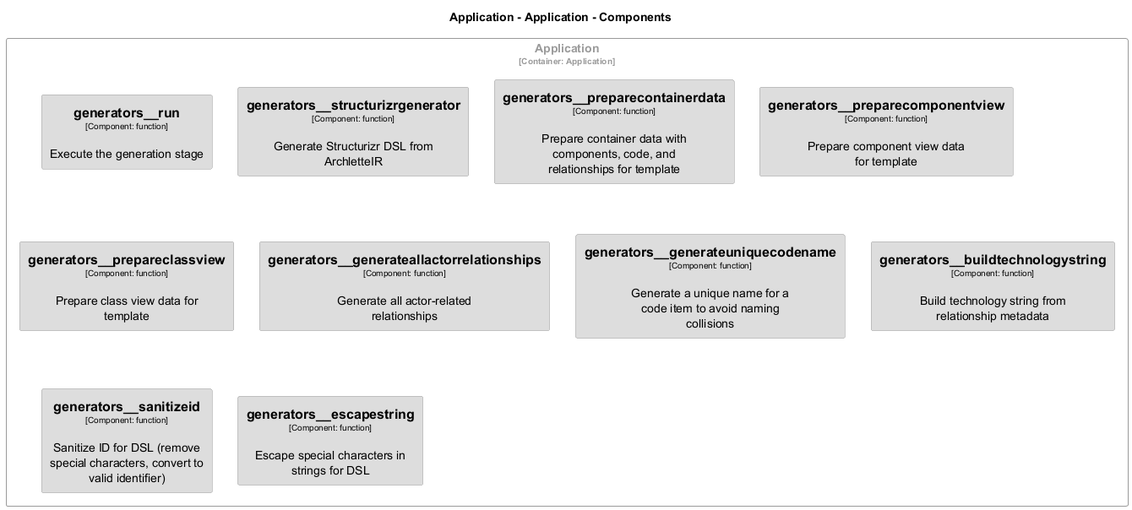
chrislyons-dev/archlette keeps this PlantUML diagram as docs/architecture/diagrams/structurizr-Classes_default_container__generators.png. Above is the earlier version.
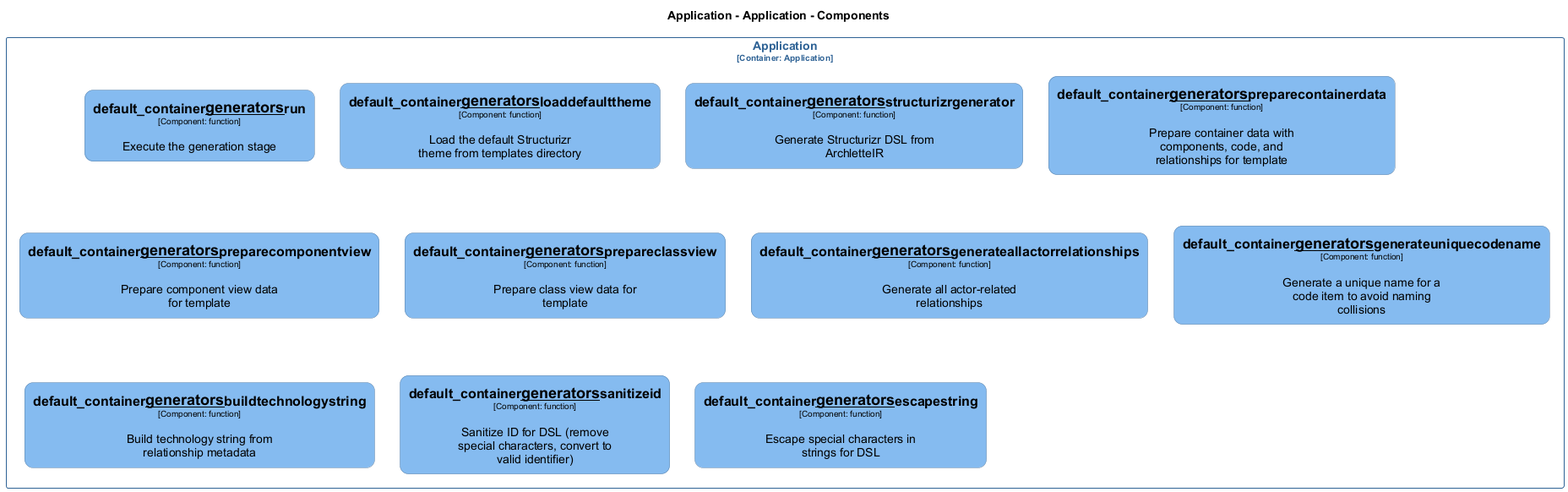
After the commit.

What changed in the source:
```diff
@@ -11,87 +11,106 @@
   defaultTextAlignment center
   wrapWidth 200
   maxMessageSize 100
+  defaultFontName "Arial"
 }
 
 hide stereotype
 
-skinparam rectangle<<Application.Application.generators__buildtechnologystring>> {
-  BackgroundColor #dddddd
+skinparam rectangle<<Application.Application.default_container__generators__buildtechnologystring>> {
+  BackgroundColor #85bbf0
   FontColor #000000
-  BorderColor #9a9a9a
+  BorderColor #5d82a8
+  roundCorner 20
   shadowing false
 }
-skinparam rectangle<<Application.Application.generators__escapestring>> {
-  BackgroundColor #dddddd
+skinparam rectangle<<Application.Application.default_container__generators__escapestring>> {
+  BackgroundColor #85bbf0
   FontColor #000000
-  BorderColor #9a9a9a
+  BorderColor #5d82a8
+  roundCorner 20
   shadowing false
 }
-skinparam rectangle<<Application.Application.generators__generateallactorrelationships>> {
-  BackgroundColor #dddddd
+skinparam rectangle<<Application.Application.default_container__generators__generateallactorrelationships>> {
+  BackgroundColor #85bbf0
   FontColor #000000
-  BorderColor #9a9a9a
+  BorderColor #5d82a8
+  roundCorner 20
   shadowing false
 }
-skinparam rectangle<<Application.Application.generators__generateuniquecodename>> {
-  BackgroundColor #dddddd
+skinparam rectangle<<Application.Application.default_container__generators__generateuniquecodename>> {
+  BackgroundColor #85bbf0
   FontColor #000000
-  BorderColor #9a9a9a
+  BorderColor #5d82a8
+  roundCorner 20
   shadowing false
 }
-skinparam rectangle<<Application.Application.generators__prepareclassview>> {
-  BackgroundColor #dddddd
+skinparam rectangle<<Application.Application.default_container__generators__loaddefaulttheme>> {
+  BackgroundColor #85bbf0
   FontColor #000000
-  BorderColor #9a9a9a
+  BorderColor #5d82a8
+  roundCorner 20
   shadowing false
 }
-skinparam rectangle<<Application.Application.generators__preparecomponentview>> {
-  BackgroundColor #dddddd
+skinparam rectangle<<Application.Application.default_container__generators__prepareclassview>> {
+  BackgroundColor #85bbf0
   FontColor #000000
-  BorderColor #9a9a9a
+  BorderColor #5d82a8
+  roundCorner 20
   shadowing false
 }
-skinparam rectangle<<Application.Application.generators__preparecontainerdata>> {
-  BackgroundColor #dddddd
+skinparam rectangle<<Application.Application.default_container__generators__preparecomponentview>> {
+  BackgroundColor #85bbf0
   FontColor #000000
-  BorderColor #9a9a9a
+  BorderColor #5d82a8
+  roundCorner 20
   shadowing false
 }
-skinparam rectangle<<Application.Application.generators__run>> {
-  BackgroundColor #dddddd
+skinparam rectangle<<Application.Application.default_container__generators__preparecontainerdata>> {
+  BackgroundColor #85bbf0
   FontColor #000000
-  BorderColor #9a9a9a
+  BorderColor #5d82a8
+  roundCorner 20
   shadowing false
 }
-skinparam rectangle<<Application.Application.generators__sanitizeid>> {
-  BackgroundColor #dddddd
+skinparam rectangle<<Application.Application.default_container__generators__run>> {
+  BackgroundColor #85bbf0
   FontColor #000000
-  BorderColor #9a9a9a
+  BorderColor #5d82a8
+  roundCorner 20
   shadowing false
 }
-skinparam rectangle<<Application.Application.generators__structurizrgenerator>> {
-  BackgroundColor #dddddd
+skinparam rectangle<<Application.Application.default_container__generators__sanitizeid>> {
+  BackgroundColor #85bbf0
   FontColor #000000
-  BorderColor #9a9a9a
+  BorderColor #5d82a8
+  roundCorner 20
+  shadowing false
+}
+skinparam rectangle<<Application.Application.default_container__generators__structurizrgenerator>> {
+  BackgroundColor #85bbf0
+  FontColor #000000
+  BorderColor #5d82a8
+  roundCorner 20
   shadowing false
 }
 skinparam rectangle<<Application.Application>> {
-  BorderColor #9a9a9a
-  FontColor #9a9a9a
+  BorderColor #2e6295
+  FontColor #2e6295
   shadowing false
 }
 
 rectangle "Application\n<size:10>[Container: Application]</size>" <<Application.Application>> {
-  rectangle "==generators__run\n<size:10>[Component: function]</size>\n\nExecute the generation stage" <<Application.Application.generators__run>> as Application.Application.generators__run
-  rectangle "==generators__structurizrgenerator\n<size:10>[Component: function]</size>\n\nGenerate Structurizr DSL from ArchletteIR" <<Application.Application.generators__structurizrgenerator>> as Application.Application.generators__structurizrgenerator
-  rectangle "==generators__preparecontainerdata\n<size:10>[Component: function]</size>\n\nPrepare container data with components, code, and relationships for template" <<Application.Application.generators__preparecontainerdata>> as Application.Application.generators__preparecontainerdata
-  rectangle "==generators__preparecomponentview\n<size:10>[Component: function]</size>\n\nPrepare component view data for template" <<Application.Application.generators__preparecomponentview>> as Application.Application.generators__preparecomponentview
-  rectangle "==generators__prepareclassview\n<size:10>[Component: function]</size>\n\nPrepare class view data for template" <<Application.Application.generators__prepareclassview>> as Application.Application.generators__prepareclassview
-  rectangle "==generators__generateallactorrelationships\n<size:10>[Component: function]</size>\n\nGenerate all actor-related relationships" <<Application.Application.generators__generateallactorrelationships>> as Application.Application.generators__generateallactorrelationships
-  rectangle "==generators__generateuniquecodename\n<size:10>[Component: function]</size>\n\nGenerate a unique name for a code item to avoid naming collisions" <<Application.Application.generators__generateuniquecodename>> as Application.Application.generators__generateuniquecodename
-  rectangle "==generators__buildtechnologystring\n<size:10>[Component: function]</size>\n\nBuild technology string from relationship metadata" <<Application.Application.generators__buildtechnologystring>> as Application.Application.generators__buildtechnologystring
-  rectangle "==generators__sanitizeid\n<size:10>[Component: function]</size>\n\nSanitize ID for DSL (remove special characters, convert to valid identifier)" <<Application.Application.generators__sanitizeid>> as Application.Application.generators__sanitizeid
-  rectangle "==generators__escapestring\n<size:10>[Component: function]</size>\n\nEscape special characters in strings for DSL" <<Application.Application.generators__escapestring>> as Application.Application.generators__escapestring
+  rectangle "==default_container__generators__run\n<size:10>[Component: function]</size>\n\nExecute the generation stage" <<Application.Application.default_container__generators__run>> as Application.Application.default_container__generators__run
+  rectangle "==default_container__generators__loaddefaulttheme\n<size:10>[Component: function]</size>\n\nLoad the default Structurizr theme from templates directory" <<Application.Application.default_container__generators__loaddefaulttheme>> as Application.Application.default_container__generators__loaddefaulttheme
+  rectangle "==default_container__generators__structurizrgenerator\n<size:10>[Component: function]</size>\n\nGenerate Structurizr DSL from ArchletteIR" <<Application.Application.default_container__generators__structurizrgenerator>> as Application.Application.default_container__generators__structurizrgenerator
+  rectangle "==default_container__generators__preparecontainerdata\n<size:10>[Component: function]</size>\n\nPrepare container data with components, code, and relationships for template" <<Application.Application.default_container__generators__preparecontainerdata>> as Application.Application.default_container__generators__preparecontainerdata
+  rectangle "==default_container__generators__preparecomponentview\n<size:10>[Component: function]</size>\n\nPrepare component view data for template" <<Application.Application.default_container__generators__preparecomponentview>> as Application.Application.default_container__generators__preparecomponentview
+  rectangle "==default_container__generators__prepareclassview\n<size:10>[Component: function]</size>\n\nPrepare class view data for template" <<Application.Application.default_container__generators__prepareclassview>> as Application.Application.default_container__generators__prepareclassview
+  rectangle "==default_container__generators__generateallactorrelationships\n<size:10>[Component: function]</size>\n\nGenerate all actor-related relationships" <<Application.Application.default_container__generators__generateallactorrelationships>> as Application.Application.default_container__generators__generateallactorrelationships
+  rectangle "==default_container__generators__generateuniquecodename\n<size:10>[Component: function]</size>\n\nGenerate a unique name for a code item to avoid naming collisions" <<Application.Application.default_container__generators__generateuniquecodename>> as Application.Application.default_container__generators__generateuniquecodename
+  rectangle "==default_container__generators__buildtechnologystring\n<size:10>[Component: function]</size>\n\nBuild technology string from relationship metadata" <<Application.Application.default_container__generators__buildtechnologystring>> as Application.Application.default_container__generators__buildtechnologystring
+  rectangle "==default_container__generators__sanitizeid\n<size:10>[Component: function]</size>\n\nSanitize ID for DSL (remove special characters, convert to valid identifier)" <<Application.Application.default_container__generators__sanitizeid>> as Application.Application.default_container__generators__sanitizeid
+  rectangle "==default_container__generators__escapestring\n<size:10>[Component: function]</size>\n\nEscape special characters in strings for DSL" <<Application.Application.default_container__generators__escapestring>> as Application.Application.default_container__generators__escapestring
 }
 
 @enduml
```
